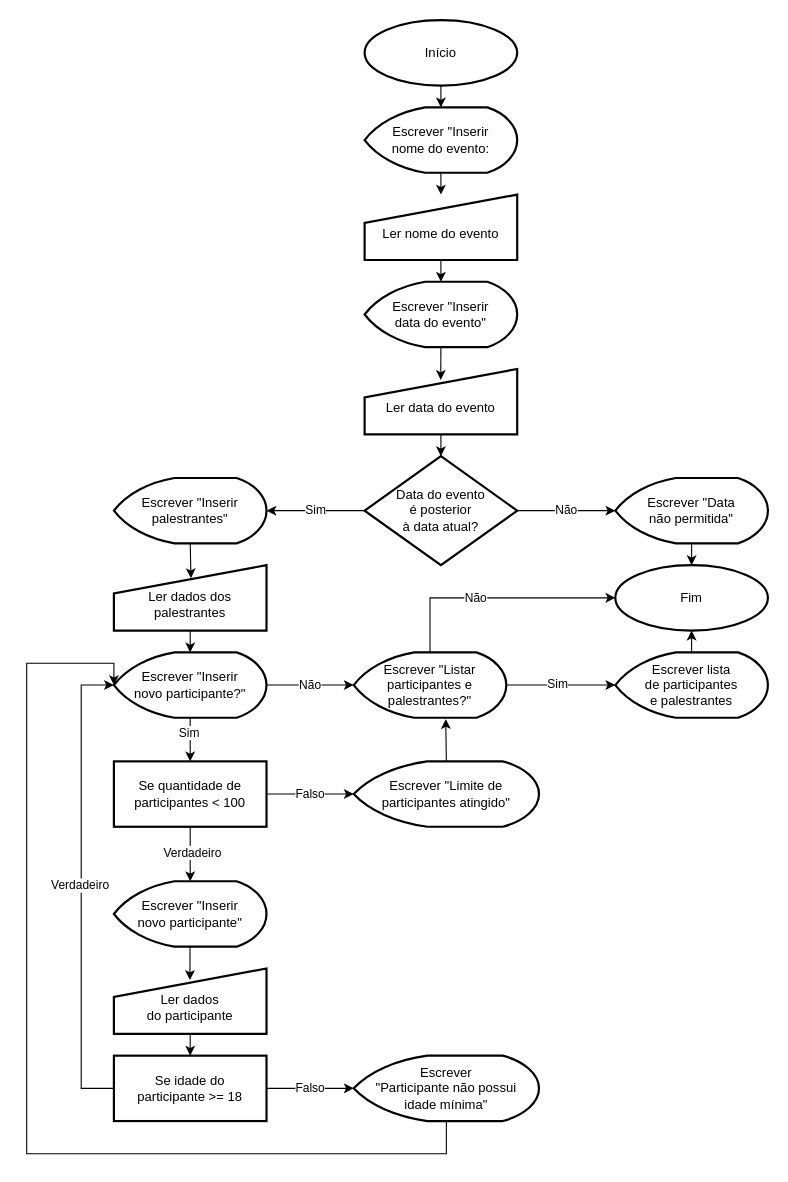
lucasywamoto/UC8_LogicaDeProgramacao keeps this draw.io diagram as Diagrama/UC8_AtividadeOnline1.drawio. Above is the earlier version. Source tidied: cells renumbered, new cells numbered last; positions are measured from the earlier drawing's top-left corner, leaving out a move shared by most shapes. Both pictures are drawn from the tidied source at 109%, with x=0, y=0 at pixel (26, 20).
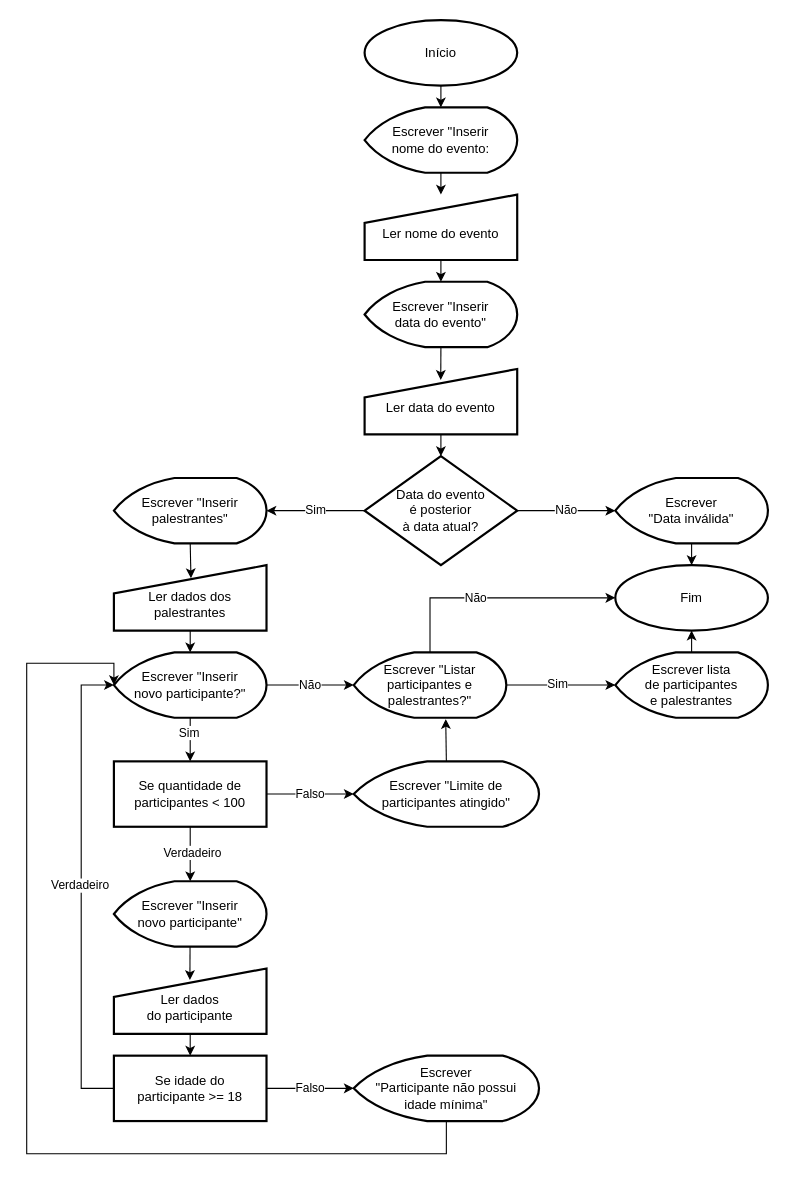
After the change.

What changed in the source:
```diff
@@
-    <mxCell id="16" value="Escrever &quot;Data&lt;br&gt;não permitida&quot;" style="strokeWidth=2;html=1;shape=mxgraph.flowchart.display;whiteSpace=wrap;rounded=0;shadow=0;glass=0;sketch=0;spacing=11;" parent="1" vertex="1">
+    <mxCell id="16" value="Escrever&lt;br&gt;&quot;Data&amp;nbsp;inválida&quot;" style="strokeWidth=2;html=1;shape=mxgraph.flowchart.display;whiteSpace=wrap;rounded=0;shadow=0;glass=0;sketch=0;spacing=11;" parent="1" vertex="1">
       <mxGeometry x="540" y="420" width="140" height="60" as="geometry" />
     </mxCell>
```
